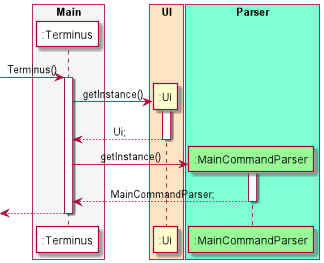
Above: docs/attachments/Terminus.png in nus-cs2113-AY2122S1/tp (PlantUML), before the change.
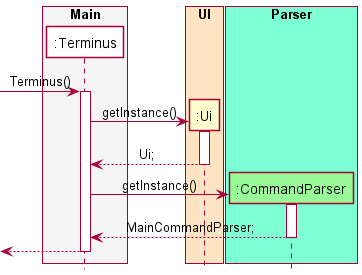
Above is the later version.

Change to the diagram source:
```diff
@@ -1,14 +1,16 @@
 @startuml
-box "Main" #whitesmoke
-participant ":Terminus" as Terminus #white
+!include SequenceStyle.puml
+
+box "Main" TERMINUS_BOX_COLOR
+participant ":Terminus" as Terminus TERMINUS_COLOR
 endbox
-box "UI" #bisque
+box "UI" UI_BOX_COLOR
 participant ":Ui" as Ui
 endbox
-box "Parser" #aquamarine
-participant ":MainCommandParser" as CommandParser #palegreen
+box "Parser" PARSER_BOX_COLOR
+participant ":CommandParser" as CommandParser PARSER_COLOR
 endbox
-skinparam sequenceMessageAlign center
+
 autoactivate on
 -> Terminus: Terminus()
   create Ui
```
